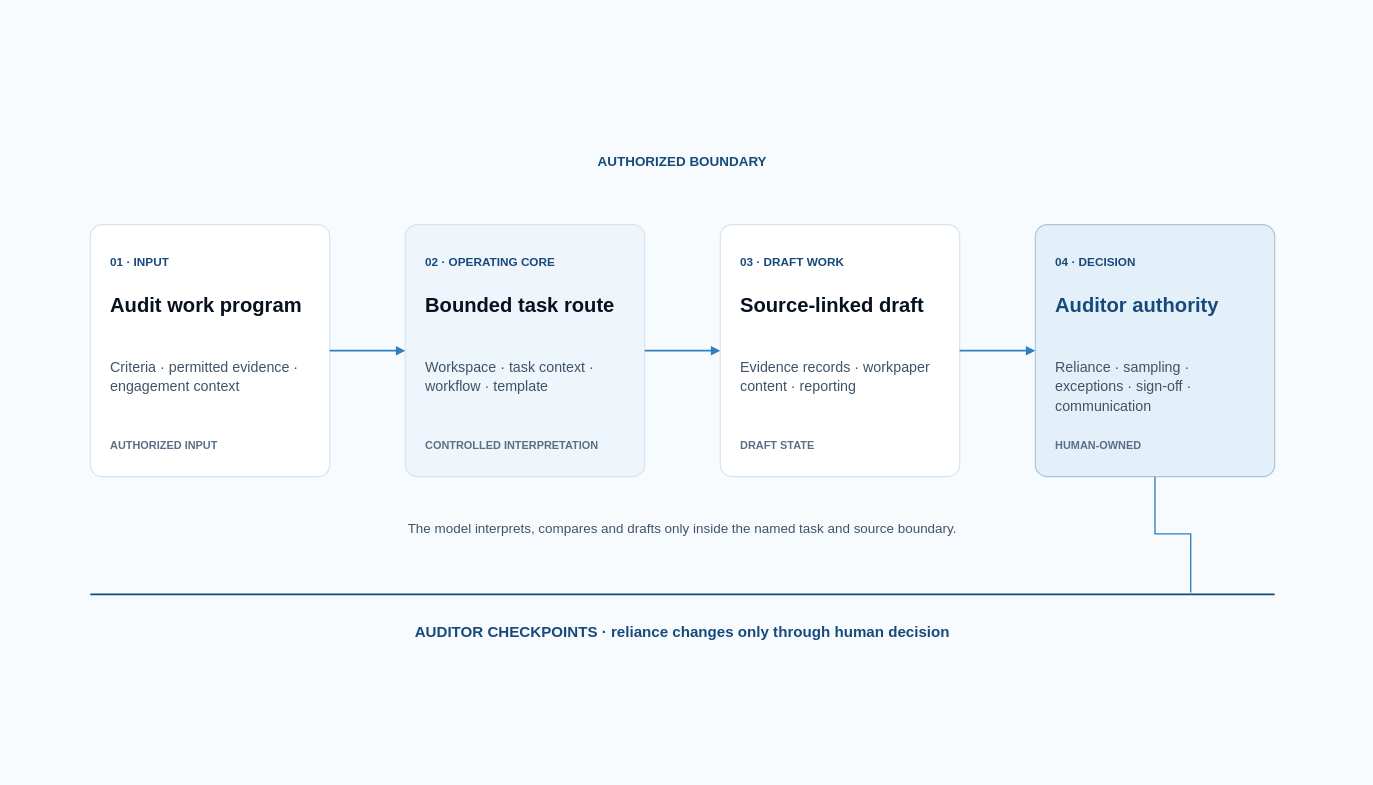
Earlier version of the draw.io diagram aeos/assets/source/aeos-operating-model.drawio (busera/busera.github.io). Source tidied: cells renumbered, new cells numbered last; positions are measured from the earlier drawing's top-left corner, leaving out a move shared by most shapes. Both pictures are drawn from the tidied source at 84%, with x=0, y=0 at pixel (14, 14).
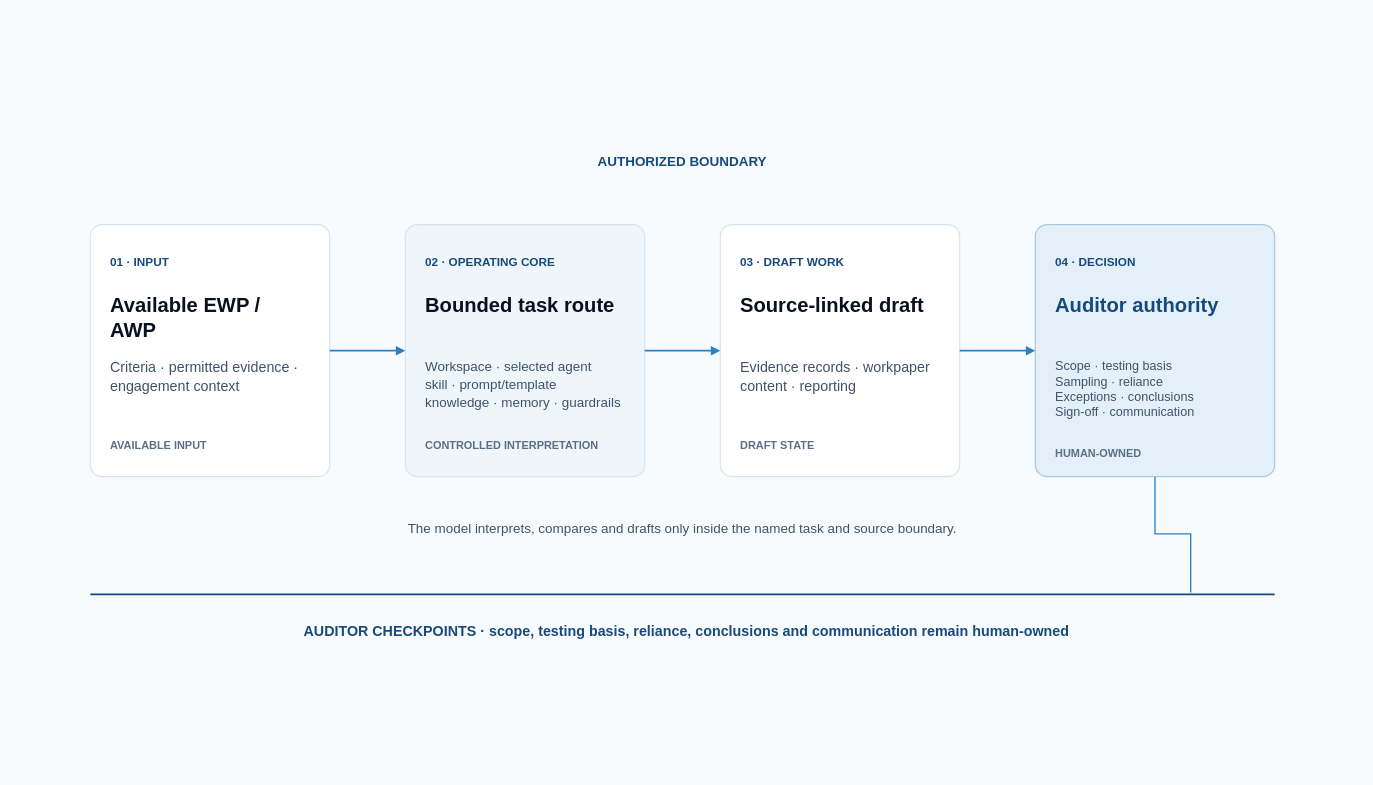
The same diagram, later.

What changed in the source:
```diff
@@
-    <mxCell id="5" value="Audit work program" style="text;html=1;whiteSpace=wrap;overflow=hidden;strokeColor=none;fillColor=none;spacing=0;spacingTop=0;spacingBottom=0;spacingLeft=0;spacingRight=0;align=left;verticalAlign=top;fontFamily=Helvetica;fontColor=#07111F;fontSize=24;fontStyle=1;" parent="1" vertex="1">
+    <mxCell id="5" value="Available EWP / AWP" style="text;html=1;whiteSpace=wrap;overflow=hidden;strokeColor=none;fillColor=none;spacing=0;spacingTop=0;spacingBottom=0;spacingLeft=0;spacingRight=0;align=left;verticalAlign=top;fontFamily=Helvetica;fontColor=#07111F;fontSize=24;fontStyle=1;" parent="1" vertex="1">
       <mxGeometry x="114" y="328" width="237" height="58" as="geometry" />
     </mxCell>
@@
-    <mxCell id="7" value="AUTHORIZED INPUT" style="text;html=1;whiteSpace=wrap;overflow=hidden;strokeColor=none;fillColor=none;spacing=0;spacingTop=0;spacingBottom=0;spacingLeft=0;spacingRight=0;align=left;verticalAlign=top;fontFamily=Helvetica;fontColor=#5A6F85;fontSize=13;fontStyle=1;" parent="1" vertex="1">
+    <mxCell id="7" value="AVAILABLE INPUT" style="text;html=1;whiteSpace=wrap;overflow=hidden;strokeColor=none;fillColor=none;spacing=0;spacingTop=0;spacingBottom=0;spacingLeft=0;spacingRight=0;align=left;verticalAlign=top;fontFamily=Helvetica;fontColor=#5A6F85;fontSize=13;fontStyle=1;" parent="1" vertex="1">
       <mxGeometry x="114" y="500" width="237" height="22" as="geometry" />
     </mxCell>
@@
-    <mxCell id="11" value="&lt;div style=&quot;line-height:1.35;&quot;&gt;Workspace · task context ·&lt;br&gt;workflow · template&lt;/div&gt;" style="text;html=1;whiteSpace=wrap;overflow=hidden;strokeColor=none;fillColor=none;spacing=0;spacingTop=0;spacingBottom=0;spacingLeft=0;spacingRight=0;align=left;verticalAlign=top;fontFamily=Helvetica;fontColor=#3F5368;fontSize=17;fontStyle=0;" parent="1" vertex="1">
+    <mxCell id="11" value="&lt;div style=&quot;line-height:1.3;&quot;&gt;Workspace · selected agent&lt;br&gt;skill · prompt/template&lt;br&gt;knowledge · memory · guardrails&lt;/div&gt;" style="text;html=1;whiteSpace=wrap;overflow=hidden;strokeColor=none;fillColor=none;spacing=0;spacingTop=0;spacingBottom=0;spacingLeft=0;spacingRight=0;align=left;verticalAlign=top;fontFamily=Helvetica;fontColor=#3F5368;fontSize=16;fontStyle=0;" parent="1" vertex="1">
       <mxGeometry x="489" y="405" width="237" height="74" as="geometry" />
     </mxCell>
@@
-    <mxCell id="21" value="&lt;div style=&quot;line-height:1.35;&quot;&gt;Reliance · sampling ·&lt;br&gt;exceptions · sign-off ·&lt;br&gt;communication&lt;/div&gt;" style="text;html=1;whiteSpace=wrap;overflow=hidden;strokeColor=none;fillColor=none;spacing=0;spacingTop=0;spacingBottom=0;spacingLeft=0;spacingRight=0;align=left;verticalAlign=top;fontFamily=Helvetica;fontColor=#3F5368;fontSize=17;fontStyle=0;" parent="1" vertex="1">
-      <mxGeometry x="1239" y="405" width="237" height="74" as="geometry" />
+    <mxCell id="21" value="&lt;div style=&quot;line-height:1.2;&quot;&gt;Scope · testing basis&lt;br&gt;Sampling · reliance&lt;br&gt;Exceptions · conclusions&lt;br&gt;Sign-off · communication&lt;/div&gt;" style="text;html=1;whiteSpace=wrap;overflow=hidden;strokeColor=none;fillColor=none;spacing=0;spacingTop=0;spacingBottom=0;spacingLeft=0;spacingRight=0;align=left;verticalAlign=top;fontFamily=Helvetica;fontColor=#3F5368;fontSize=15;fontStyle=0;" parent="1" vertex="1">
+      <mxGeometry x="1239" y="405" width="237" height="80" as="geometry" />
     </mxCell>
     <mxCell id="22" value="HUMAN-OWNED" style="text;html=1;whiteSpace=wrap;overflow=hidden;strokeColor=none;fillColor=none;spacing=0;spacingTop=0;spacingBottom=0;spacingLeft=0;spacingRight=0;align=left;verticalAlign=top;fontFamily=Helvetica;fontColor=#5A6F85;fontSize=13;fontStyle=1;" parent="1" vertex="1">
-      <mxGeometry x="1239" y="500" width="237" height="22" as="geometry" />
+      <mxGeometry x="1239" y="510" width="237" height="22" as="geometry" />
     </mxCell>
@@
-    <mxCell id="28" value="AUDITOR CHECKPOINTS · reliance changes only through human decision" style="text;html=1;whiteSpace=wrap;overflow=hidden;align=center;verticalAlign=middle;fontFamily=Helvetica;fontColor=#174A7C;fontSize=18;fontStyle=1;strokeColor=none;fillColor=none;" parent="1" vertex="1">
-      <mxGeometry x="405" y="712" width="780" height="46" as="geometry" />
+    <mxCell id="28" value="AUDITOR CHECKPOINTS · scope, testing basis, reliance, conclusions and communication remain human-owned" style="text;html=1;whiteSpace=wrap;overflow=hidden;align=center;verticalAlign=middle;fontFamily=Helvetica;fontColor=#174A7C;fontSize=17;fontStyle=1;strokeColor=none;fillColor=none;" parent="1" vertex="1">
+      <mxGeometry x="260" y="712" width="1080" height="46" as="geometry" />
     </mxCell>
```
